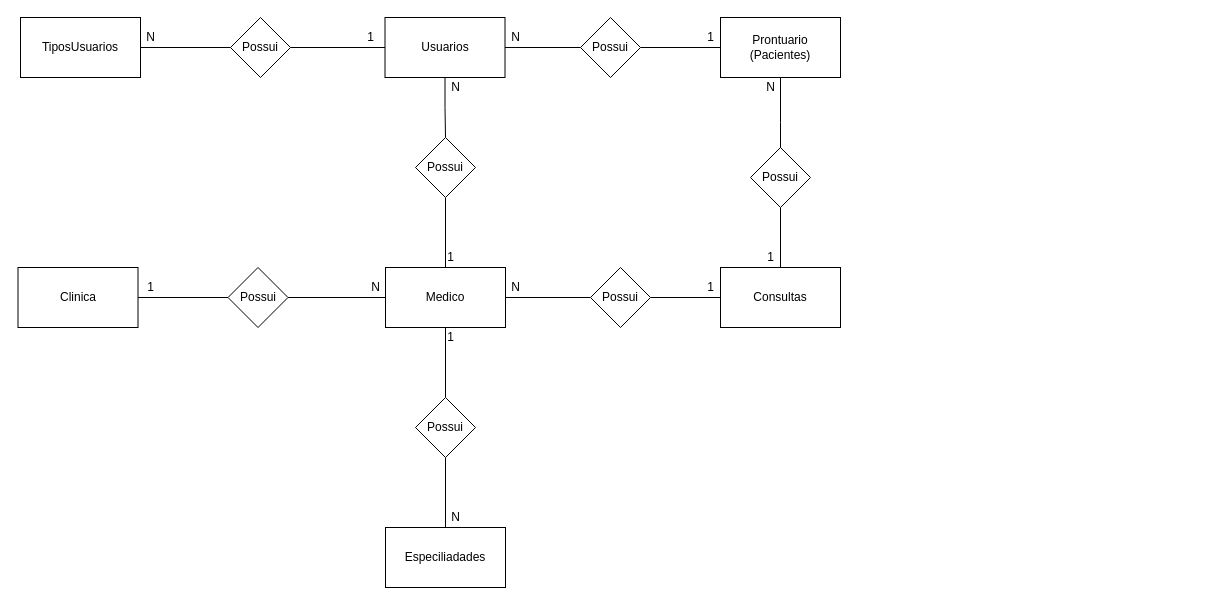
Above: page "Conceitual" (1 of 2) of Projeto_SP_Medical Group/Modelagens/Modelagem_Projeto_SPMG.drawio in Matheus-neri1998/Senai_sprint1_bd (draw.io), before the change. Source tidied: cells renumbered, new cells numbered last; positions are measured from the earlier drawing's top-left corner, leaving out a move shared by most shapes. Both pictures are drawn from the tidied source at 100%, with x=0, y=0 at pixel (18, 17).
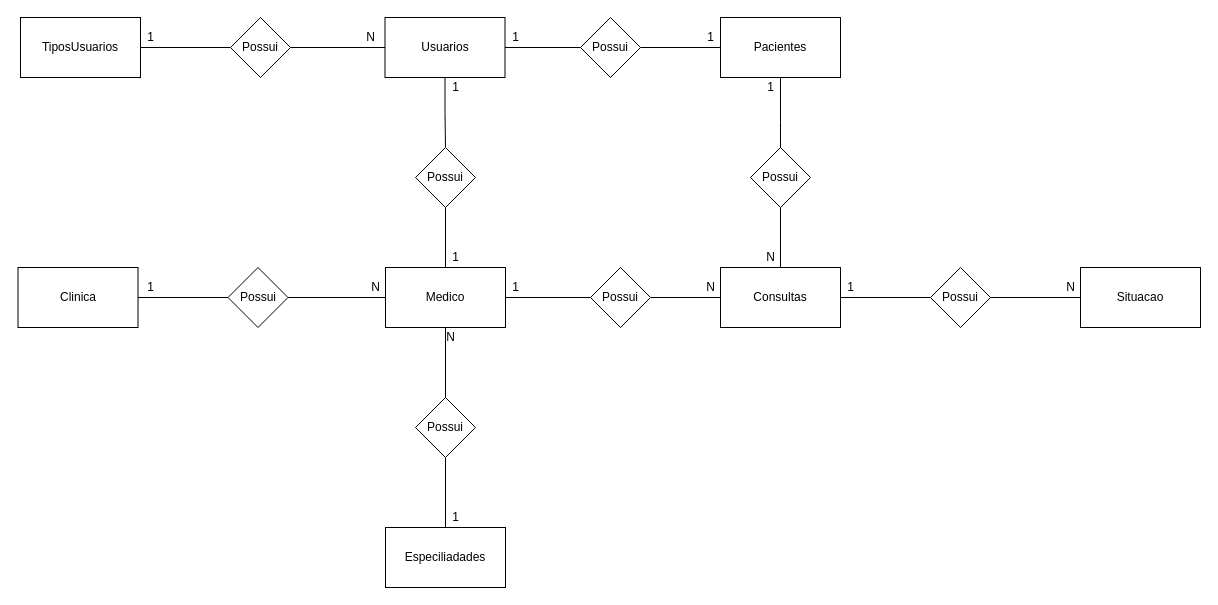
The same diagram, later.

The change refers to these unchanged cells:
```xml
<mxCell id="7" value="Usuarios" style="rounded=0;whiteSpace=wrap;html=1;" parent="1" vertex="1">
  <mxGeometry x="366.5" width="120" height="60" as="geometry" />
</mxCell>
<mxCell id="11" value="Medico" style="rounded=0;whiteSpace=wrap;html=1;" parent="1" vertex="1">
  <mxGeometry x="367" y="250" width="120" height="60" as="geometry" />
</mxCell>
<mxCell id="33" value="Consultas" style="rounded=0;whiteSpace=wrap;html=1;" parent="1" vertex="1">
  <mxGeometry x="702" y="250" width="120" height="60" as="geometry" />
</mxCell>
```

Diff of the diagram source:
```diff
@@
-    <mxCell id="6" style="edgeStyle=orthogonalEdgeStyle;rounded=0;jettySize=auto;html=1;exitX=0.5;exitY=1;exitDx=0;exitDy=0;endArrow=none;endFill=0;" parent="1" edge="1" source="7" target="30">
-      <mxGeometry relative="1" as="geometry" />
-    </mxCell>
+    <mxCell id="44" style="edgeStyle=orthogonalEdgeStyle;rounded=0;jettySize=auto;html=1;exitX=0.5;exitY=1;exitDx=0;exitDy=0;endArrow=none;endFill=0;" parent="1" edge="1" source="7" target="47">
+      <mxGeometry relative="1" as="geometry" />
+    </mxCell>
@@
-    <mxCell id="9" value="Prontuario&lt;br&gt;(Pacientes)" style="rounded=0;whiteSpace=wrap;html=1;" parent="1" vertex="1">
+    <mxCell id="9" value="Pacientes" style="rounded=0;whiteSpace=wrap;html=1;" parent="1" vertex="1">
       <mxGeometry x="702" width="120" height="60" as="geometry" />
     </mxCell>
@@
-    <mxCell id="19" value="N" style="text;html=1;align=center;verticalAlign=middle;" parent="1" vertex="1">
+    <mxCell id="19" value="1" style="text;html=1;align=center;verticalAlign=middle;" parent="1" vertex="1">
       <mxGeometry x="122" y="10" width="20" height="20" as="geometry" />
     </mxCell>
-    <mxCell id="20" value="1" style="text;html=1;align=center;verticalAlign=middle;" parent="1" vertex="1">
+    <mxCell id="20" value="N" style="text;html=1;align=center;verticalAlign=middle;" parent="1" vertex="1">
       <mxGeometry x="342" y="10" width="20" height="20" as="geometry" />
     </mxCell>
-    <mxCell id="21" value="N" style="text;html=1;align=center;verticalAlign=middle;" parent="1" vertex="1">
+    <mxCell id="21" value="1" style="text;html=1;align=center;verticalAlign=middle;" parent="1" vertex="1">
       <mxGeometry x="487" y="10" width="20" height="20" as="geometry" />
     </mxCell>
@@
-    <mxCell id="23" value="N" style="text;html=1;align=center;verticalAlign=middle;" parent="1" vertex="1">
+    <mxCell id="23" value="1" style="text;html=1;align=center;verticalAlign=middle;" parent="1" vertex="1">
       <mxGeometry x="742" y="60" width="20" height="20" as="geometry" />
     </mxCell>
-    <mxCell id="24" value="N" style="text;html=1;align=center;verticalAlign=middle;" parent="1" vertex="1">
+    <mxCell id="24" value="1" style="text;html=1;align=center;verticalAlign=middle;" parent="1" vertex="1">
       <mxGeometry x="427" y="490" width="20" height="20" as="geometry" />
     </mxCell>
@@
-    <mxCell id="29" style="edgeStyle=orthogonalEdgeStyle;rounded=0;jettySize=auto;html=1;exitX=0.5;exitY=1;exitDx=0;exitDy=0;entryX=0.5;entryY=0;entryDx=0;entryDy=0;endArrow=none;endFill=0;" parent="1" edge="1" source="30" target="11">
-      <mxGeometry relative="1" as="geometry" />
-    </mxCell>
-    <mxCell id="30" value="Possui" style="rhombus;whiteSpace=wrap;html=1;" parent="1" vertex="1">
-      <mxGeometry x="397" y="120" width="60" height="60" as="geometry" />
-    </mxCell>
@@
+    <mxCell id="45" style="edgeStyle=orthogonalEdgeStyle;rounded=0;jettySize=auto;html=1;exitX=1;exitY=0.5;exitDx=0;exitDy=0;endArrow=none;endFill=0;" parent="1" edge="1" source="33" target="51">
+      <mxGeometry relative="1" as="geometry" />
+    </mxCell>
@@
-    <mxCell id="36" value="1" style="text;html=1;align=center;verticalAlign=middle;" parent="1" vertex="1">
+    <mxCell id="36" value="N" style="text;html=1;align=center;verticalAlign=middle;" parent="1" vertex="1">
       <mxGeometry x="742" y="230" width="20" height="20" as="geometry" />
     </mxCell>
-    <mxCell id="37" value="N" style="text;html=1;align=center;verticalAlign=middle;" parent="1" vertex="1">
+    <mxCell id="37" value="1" style="text;html=1;align=center;verticalAlign=middle;" parent="1" vertex="1">
       <mxGeometry x="487" y="260" width="20" height="20" as="geometry" />
     </mxCell>
-    <mxCell id="38" value="1" style="text;html=1;align=center;verticalAlign=middle;" parent="1" vertex="1">
+    <mxCell id="38" value="N" style="text;html=1;align=center;verticalAlign=middle;" parent="1" vertex="1">
       <mxGeometry x="682" y="260" width="20" height="20" as="geometry" />
     </mxCell>
-    <mxCell id="39" value="1" style="text;html=1;align=center;verticalAlign=middle;" parent="1" vertex="1">
+    <mxCell id="39" value="N" style="text;html=1;align=center;verticalAlign=middle;" parent="1" vertex="1">
       <mxGeometry x="422" y="310" width="20" height="20" as="geometry" />
     </mxCell>
-    <mxCell id="40" value="N" style="text;html=1;align=center;verticalAlign=middle;" parent="1" vertex="1">
-      <mxGeometry x="427" y="60" width="20" height="20" as="geometry" />
-    </mxCell>
-    <mxCell id="41" value="1" style="text;html=1;align=center;verticalAlign=middle;" parent="1" vertex="1">
-      <mxGeometry x="422" y="230" width="20" height="20" as="geometry" />
-    </mxCell>
@@
+    <mxCell id="46" style="edgeStyle=orthogonalEdgeStyle;rounded=0;jettySize=auto;html=1;exitX=0.5;exitY=1;exitDx=0;exitDy=0;entryX=0.5;entryY=0;entryDx=0;entryDy=0;endArrow=none;endFill=0;" parent="1" edge="1" source="47" target="11">
+      <mxGeometry relative="1" as="geometry" />
+    </mxCell>
+    <mxCell id="47" value="Possui" style="rhombus;whiteSpace=wrap;html=1;" parent="1" vertex="1">
+      <mxGeometry x="397" y="130" width="60" height="60" as="geometry" />
+    </mxCell>
+    <mxCell id="48" value="1" style="text;html=1;align=center;verticalAlign=middle;" parent="1" vertex="1">
+      <mxGeometry x="427" y="60" width="20" height="20" as="geometry" />
+    </mxCell>
+    <mxCell id="49" value="1" style="text;html=1;align=center;verticalAlign=middle;" parent="1" vertex="1">
+      <mxGeometry x="427" y="230" width="20" height="20" as="geometry" />
+    </mxCell>
+    <mxCell id="50" style="edgeStyle=orthogonalEdgeStyle;rounded=0;jettySize=auto;html=1;exitX=1;exitY=0.5;exitDx=0;exitDy=0;endArrow=none;endFill=0;" parent="1" edge="1" source="51" target="52">
+      <mxGeometry relative="1" as="geometry" />
+    </mxCell>
+    <mxCell id="51" value="Possui" style="rhombus;whiteSpace=wrap;html=1;" parent="1" vertex="1">
+      <mxGeometry x="912" y="250" width="60" height="60" as="geometry" />
+    </mxCell>
+    <mxCell id="52" value="Situacao" style="rounded=0;whiteSpace=wrap;html=1;" parent="1" vertex="1">
+      <mxGeometry x="1062" y="250" width="120" height="60" as="geometry" />
+    </mxCell>
+    <mxCell id="53" value="1" style="text;html=1;align=center;verticalAlign=middle;" parent="1" vertex="1">
+      <mxGeometry x="822" y="260" width="20" height="20" as="geometry" />
+    </mxCell>
+    <mxCell id="40" value="N" style="text;html=1;align=center;verticalAlign=middle;" parent="1" vertex="1">
+      <mxGeometry x="1042" y="260" width="20" height="20" as="geometry" />
+    </mxCell>
```
